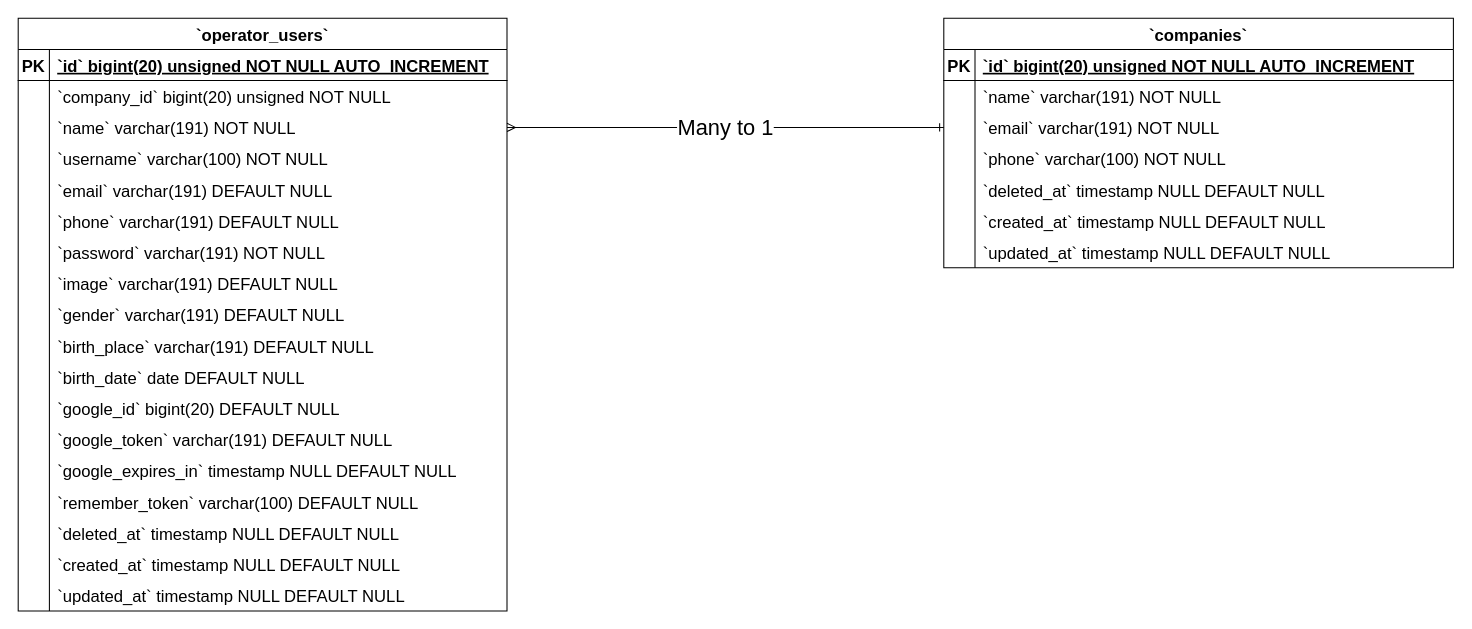
Above: Operator Users ERD Diagram.drawio in Simasco/diagram (draw.io), before the change. Source tidied: cells renumbered, new cells numbered last; positions are measured from the earlier drawing's top-left corner, leaving out a move shared by most shapes. Both pictures are drawn from the tidied source at 104%, with x=0, y=0 at pixel (18, 18).
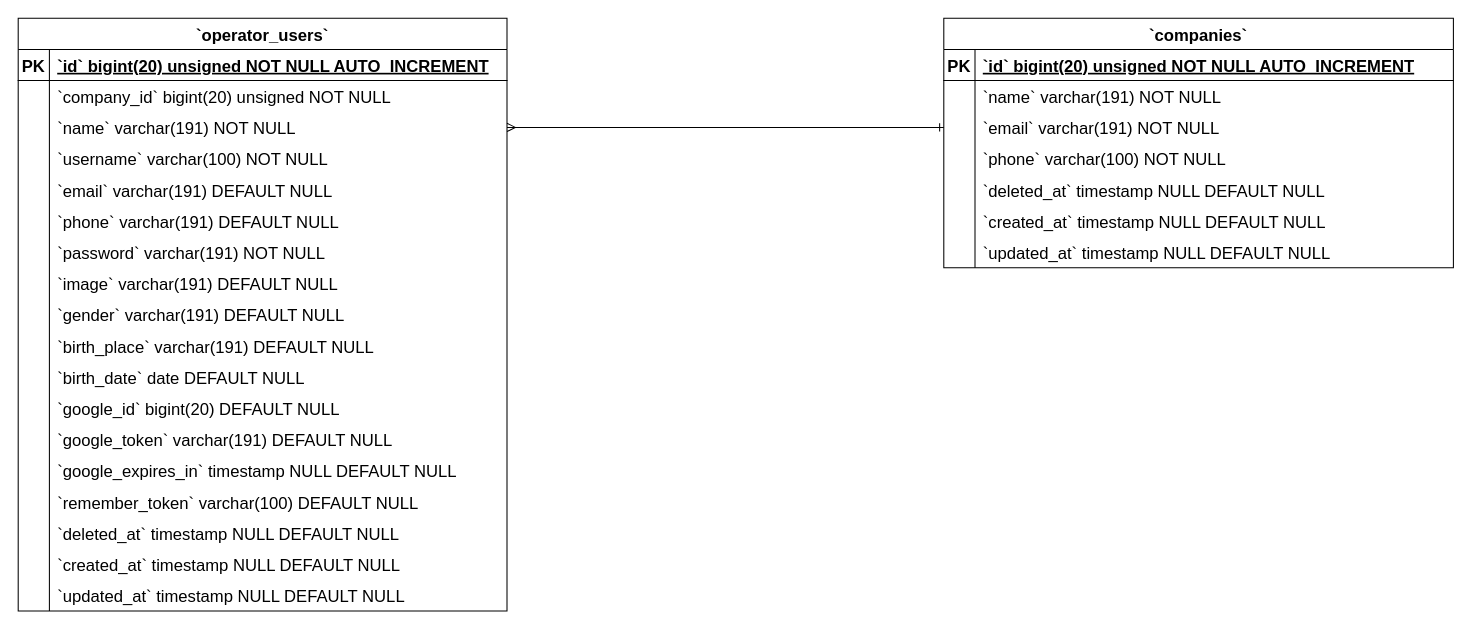
The same page after the edit.

Unchanged cells that the change refers to:
```xml
<mxCell id="79" style="edgeStyle=entityRelationEdgeStyle;fontSize=12;html=1;endArrow=ERmany;rounded=0;entryX=1;entryY=0.5;entryDx=0;entryDy=0;endFill=0;startArrow=ERone;startFill=0;" parent="1" edge="1" source="9" target="31">
  <mxGeometry relative="1" as="geometry">
    <Array as="points">
      <mxPoint x="470" y="100" />
      <mxPoint x="540" y="130" />
      <mxPoint x="470" y="90" />
    </Array>
  </mxGeometry>
</mxCell>
```

Change to the diagram source:
```diff
@@
-    <mxCell id="80" value="&lt;font style=&quot;font-size: 21px;&quot;&gt;Many to 1&lt;/font&gt;" style="edgeLabel;html=1;align=center;verticalAlign=middle;" parent="79" vertex="1">
-      <mxGeometry y="-1" relative="1" as="geometry">
-        <mxPoint x="-1" as="offset" />
-      </mxGeometry>
-    </mxCell>
```
